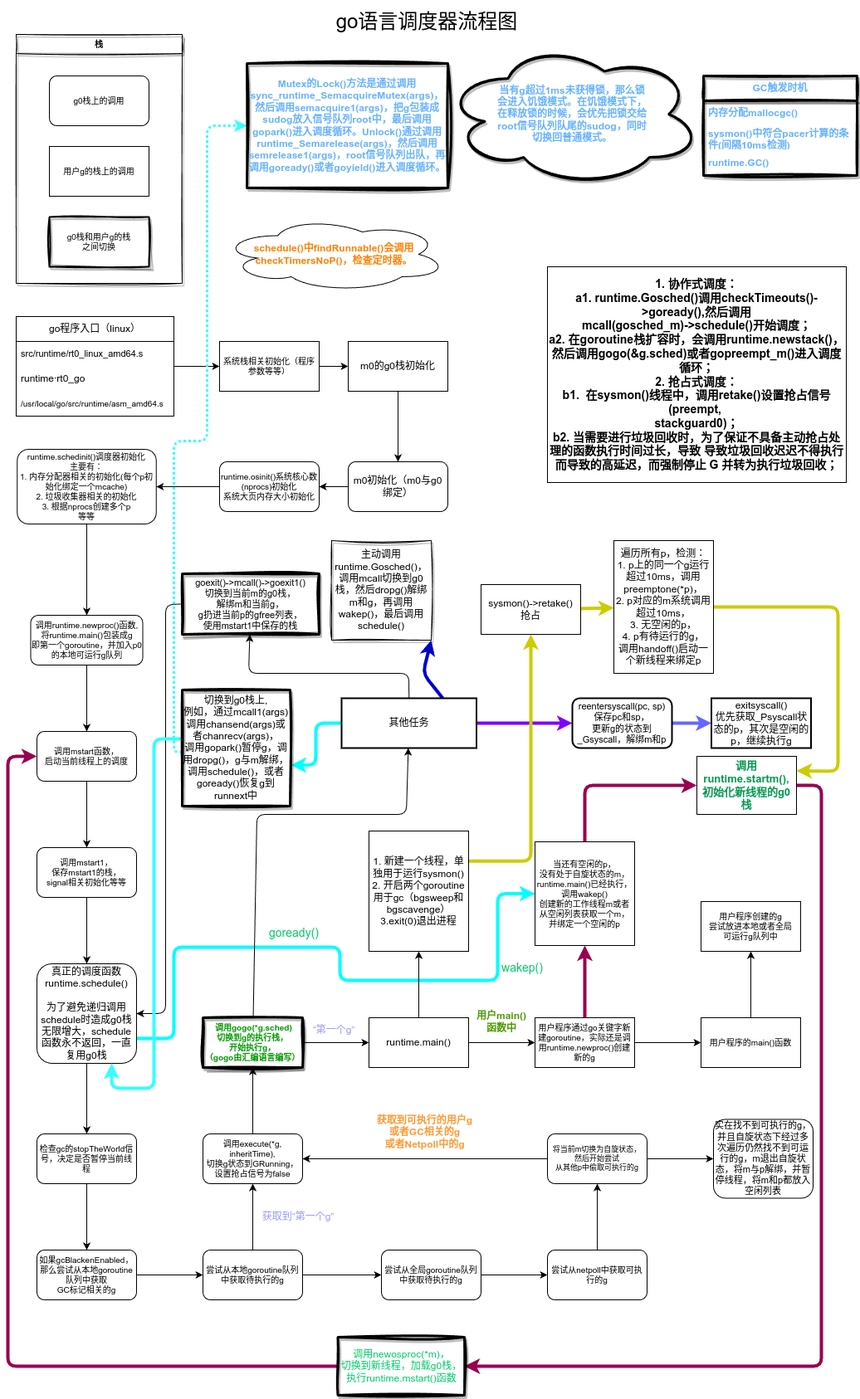
This is go_sched.png from moqsien/img_repo, a draw.io export, as it was before one commit. Source tidied: cells renumbered, new cells last; positions are measured from the earlier drawing's top-left corner, leaving out a move shared by most shapes.
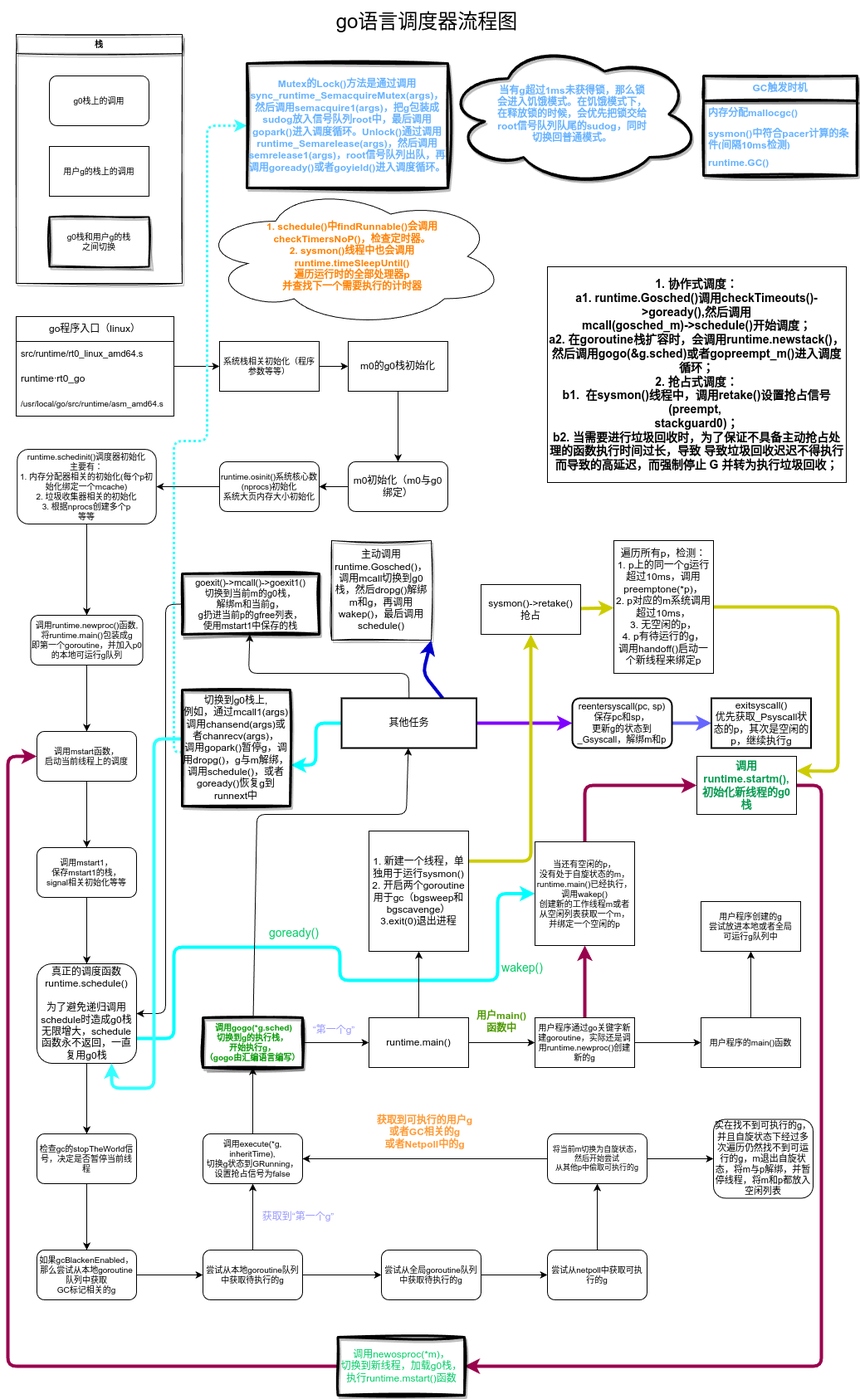
The same file after the commit.

The edit, as a diff of the source:
```diff
@@ -350,8 +350,8 @@
     <mxCell id="98" value="&lt;font style=&quot;font-size: 14px;&quot;&gt;&lt;b&gt;1. 协作式调度：&lt;br&gt;a1. runtime.Gosched()调用checkTimeouts()-&amp;gt;goready(),然后调用&lt;br&gt;mcall(gosched_m)-&amp;gt;schedule()开始调度；&lt;br&gt;a2. 在goroutine栈扩容时，会调用runtime.newstack()，然后调用gogo(&amp;amp;g.sched)或者gopreempt_m()进入调度循环；&lt;br&gt;2. 抢占式调度：&lt;br&gt;b1.&amp;nbsp; 在sysmon()线程中，调用retake()设置抢占信号(&lt;span style=&quot;background-color: initial;&quot;&gt;preempt,&amp;nbsp;&lt;br&gt;&lt;/span&gt;&lt;span style=&quot;background-color: initial;&quot;&gt;stackguard0&lt;/span&gt;)；&lt;br&gt;b2.&amp;nbsp;当需要进行垃圾回收时，为了保证不具备主动抢占处理的函数执行时间过长，导致 导致垃圾回收迟迟不得执行而导致的高延迟，而强制停止 G 并转为执行垃圾回收；&lt;/b&gt;&lt;/font&gt;" style="rounded=0;whiteSpace=wrap;html=1;" parent="1" vertex="1">
       <mxGeometry x="650" y="320" width="360" height="260" as="geometry" />
     </mxCell>
-    <mxCell id="99" value="&lt;font color=&quot;#ff8000&quot;&gt;&lt;b&gt;schedule()中findRunnable()会调用&lt;br&gt;checkTimersNoP()，检查定时器。&lt;/b&gt;&lt;/font&gt;" style="ellipse;shape=cloud;whiteSpace=wrap;html=1;" parent="1" vertex="1">
-      <mxGeometry x="257" y="260" width="272" height="90" as="geometry" />
+    <mxCell id="99" value="&lt;font color=&quot;#ff8000&quot;&gt;&lt;b&gt;1. schedule()中findRunnable()会调用&lt;/b&gt;&lt;br&gt;&lt;b&gt;checkTimersNoP()，检查定时器。&lt;/b&gt;&lt;br&gt;&lt;b&gt;2. sysmon()线程中也会调用&lt;br&gt;runtime.timeSleepUntil()&lt;br&gt;遍历运行时的全部处理器p&lt;br&gt;并查找下一个需要执行的计时器&lt;/b&gt;&lt;br&gt;&lt;/font&gt;" style="ellipse;shape=cloud;whiteSpace=wrap;html=1;" parent="1" vertex="1">
+      <mxGeometry x="230" y="222.5" width="370" height="170" as="geometry" />
     </mxCell>
   </root>
 </mxGraphModel>
```
